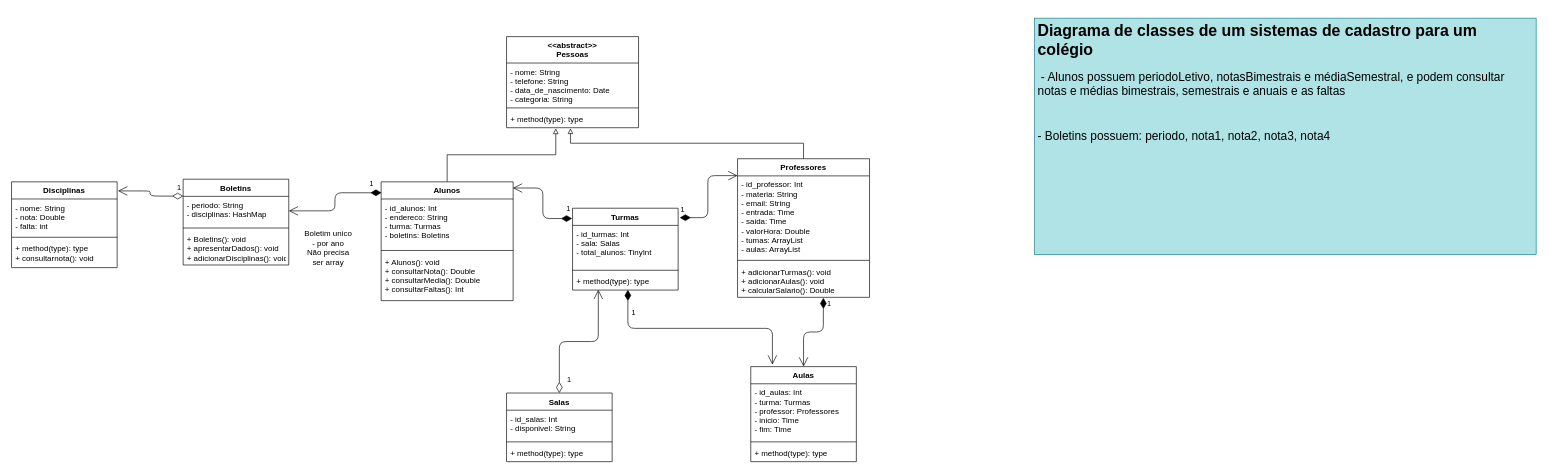
Before: diagrama_classes2.drawio in moreirafelipe/dh-poo-checkpoint1, a draw.io diagram. Source tidied: cells renumbered, new cells numbered last; positions are measured from the earlier drawing's top-left corner, leaving out a move shared by most shapes. Both pictures are drawn from the tidied source at 66%, with x=0, y=0 at pixel (11, 18).
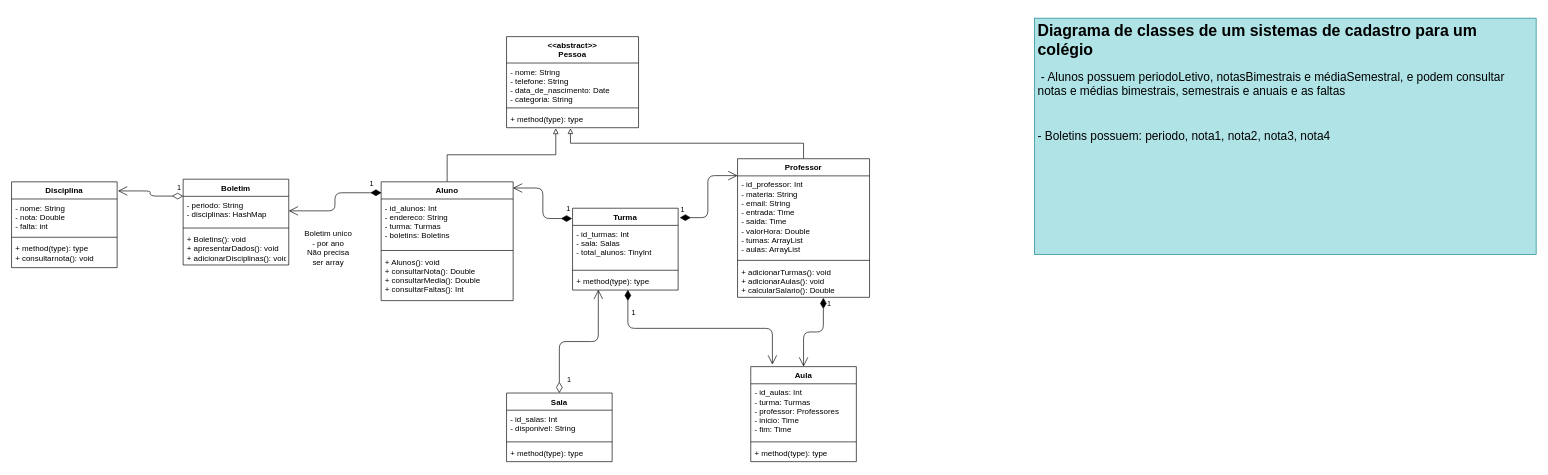
After the change.

The edit, as a diff of the source:
```diff
@@
-    <mxCell id="2" value="Turmas" style="swimlane;fontStyle=1;align=center;verticalAlign=top;horizontal=1;startSize=26;" parent="1" vertex="1">
+    <mxCell id="2" value="Turma" style="swimlane;fontStyle=1;align=center;verticalAlign=top;horizontal=1;startSize=26;" parent="1" vertex="1">
       <mxGeometry x="850" y="288" width="160" height="124" as="geometry" />
     </mxCell>
@@
-    <mxCell id="6" value="Salas" style="swimlane;fontStyle=1;align=center;verticalAlign=top;horizontal=1;startSize=26;" parent="1" vertex="1">
+    <mxCell id="6" value="Sala" style="swimlane;fontStyle=1;align=center;verticalAlign=top;horizontal=1;startSize=26;" parent="1" vertex="1">
       <mxGeometry x="750" y="568" width="160" height="104" as="geometry" />
     </mxCell>
@@
-    <mxCell id="10" value="Aulas" style="swimlane;fontStyle=1;align=center;verticalAlign=top;horizontal=1;startSize=26;" parent="1" vertex="1">
+    <mxCell id="10" value="Aula" style="swimlane;fontStyle=1;align=center;verticalAlign=top;horizontal=1;startSize=26;" parent="1" vertex="1">
       <mxGeometry x="1120" y="528" width="160" height="144" as="geometry" />
     </mxCell>
@@
-    <mxCell id="15" value="Professores" style="swimlane;fontStyle=1;align=center;verticalAlign=top;horizontal=1;startSize=26;" parent="1" vertex="1">
+    <mxCell id="15" value="Professor" style="swimlane;fontStyle=1;align=center;verticalAlign=top;horizontal=1;startSize=26;" parent="1" vertex="1">
       <mxGeometry x="1100" y="213" width="200" height="210" as="geometry" />
     </mxCell>
@@
-    <mxCell id="20" value="Alunos" style="swimlane;fontStyle=1;align=center;verticalAlign=top;horizontal=1;startSize=26;" parent="1" vertex="1">
+    <mxCell id="20" value="Aluno" style="swimlane;fontStyle=1;align=center;verticalAlign=top;horizontal=1;startSize=26;" parent="1" vertex="1">
       <mxGeometry x="560" y="248" width="200" height="180" as="geometry" />
     </mxCell>
@@
-    <mxCell id="25" value="&lt;&lt;abstract&gt;&gt;&#10;Pessoas" style="swimlane;fontStyle=1;align=center;verticalAlign=top;horizontal=1;startSize=40;" parent="1" vertex="1">
+    <mxCell id="25" value="&lt;&lt;abstract&gt;&gt;&#10;Pessoa" style="swimlane;fontStyle=1;align=center;verticalAlign=top;horizontal=1;startSize=40;" parent="1" vertex="1">
       <mxGeometry x="750" y="28" width="200" height="138" as="geometry" />
     </mxCell>
@@
-    <mxCell id="29" value="Boletins" style="swimlane;fontStyle=1;align=center;verticalAlign=top;horizontal=1;startSize=26;" parent="1" vertex="1">
+    <mxCell id="29" value="Boletim" style="swimlane;fontStyle=1;align=center;verticalAlign=top;horizontal=1;startSize=26;" parent="1" vertex="1">
       <mxGeometry x="260" y="244" width="160" height="130" as="geometry" />
     </mxCell>
@@
-    <mxCell id="39" value="Disciplinas" style="swimlane;fontStyle=1;align=center;verticalAlign=top;horizontal=1;startSize=26;" parent="1" vertex="1">
+    <mxCell id="39" value="Disciplina" style="swimlane;fontStyle=1;align=center;verticalAlign=top;horizontal=1;startSize=26;" parent="1" vertex="1">
       <mxGeometry y="248" width="160" height="130" as="geometry" />
     </mxCell>
```
